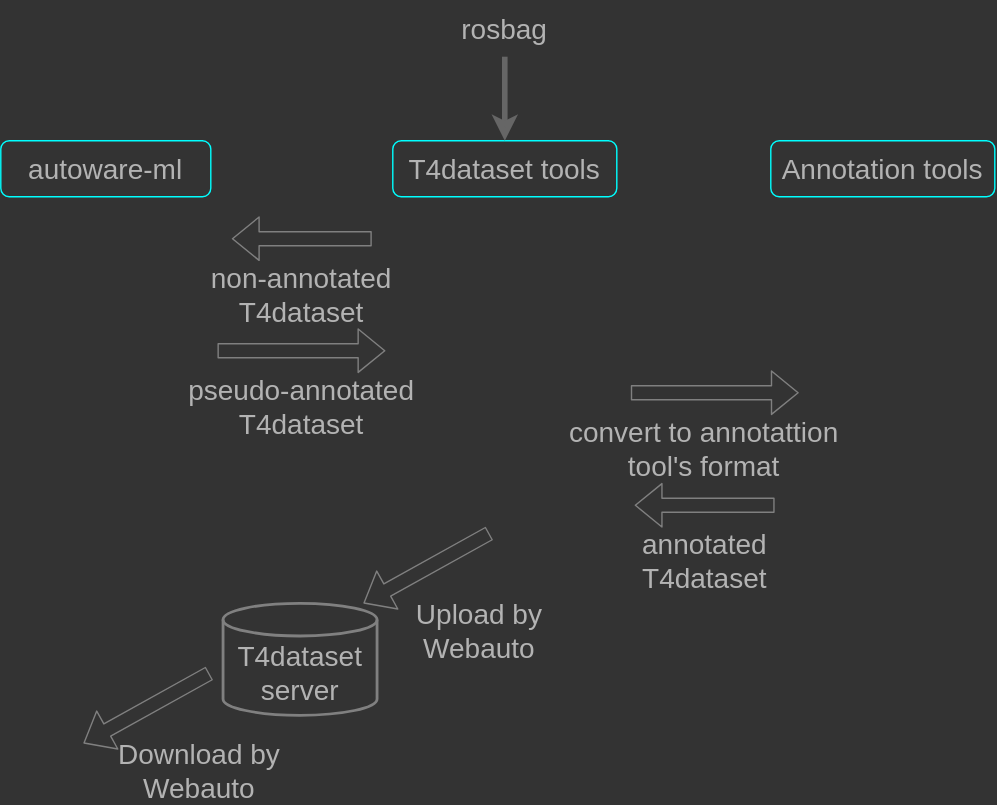
This is docs/fig/data_pipeline.drawio.svg from tier4/AWML, a draw.io export, as it was before one commit. Source tidied: cells renumbered, new cells last; positions are measured from the earlier drawing's top-left corner, leaving out a move shared by most shapes.
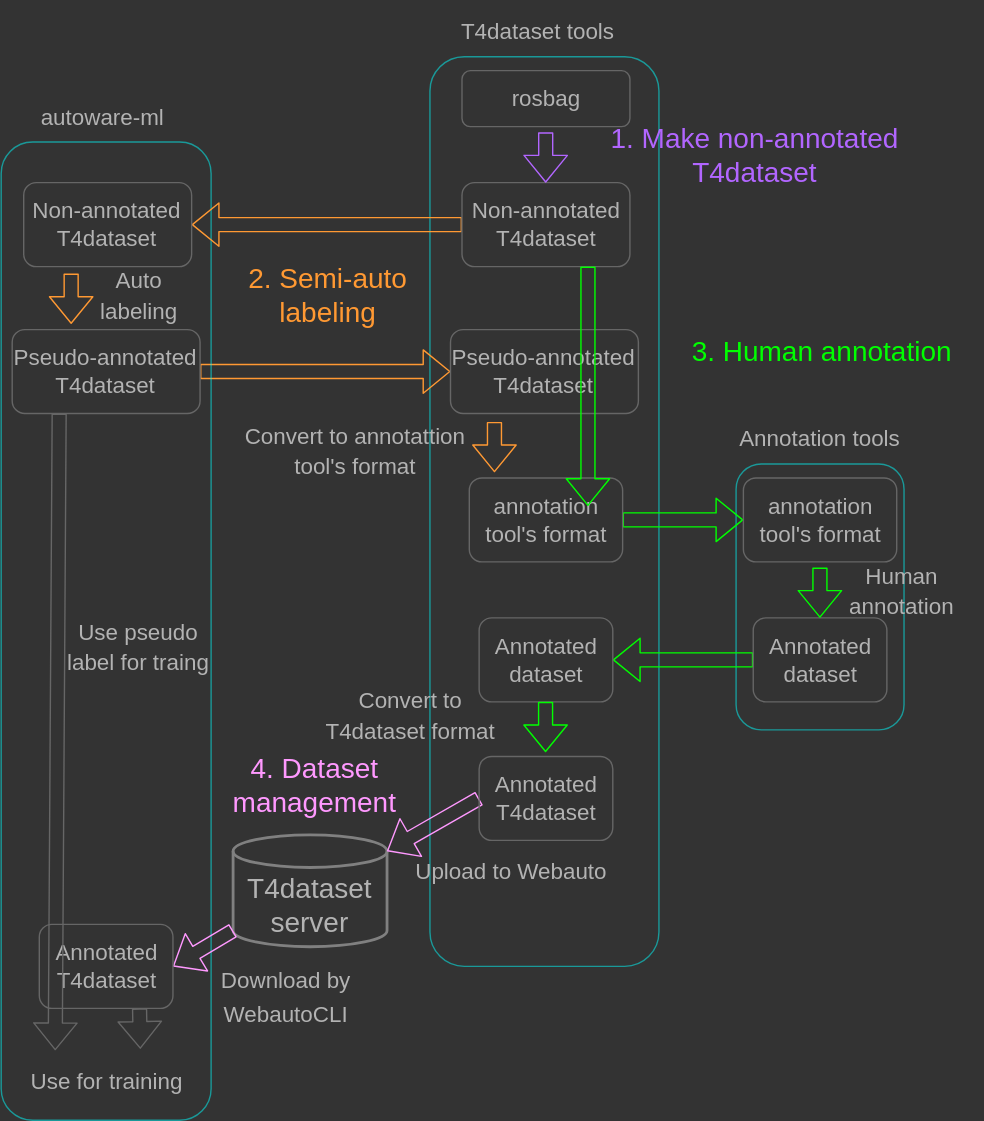
Above is the later version.

Commit message:
chore(docs): add design docs for semi-auto labeling (#210)

The edit, as a diff of the source:
```diff
@@ -2,77 +2,152 @@
   <root>
     <mxCell id="0" />
     <mxCell id="1" parent="0" />
+    <mxCell id="4" style="rounded=1;whiteSpace=wrap;html=1;strokeColor=#00FFFF;fillColor=none;fontColor=#B3B3B3;opacity=50;" parent="1" vertex="1">
+      <mxGeometry x="328.7" y="60" width="163.6" height="650" as="geometry" />
+    </mxCell>
-    <mxCell id="2" style="shape=flexArrow;endArrow=classic;html=1;fontSize=20;fontColor=#B3B3B3;strokeColor=#808080;" parent="1" edge="1">
-      <mxGeometry relative="1" as="geometry">
-        <mxPoint x="154.8" y="250" as="sourcePoint" />
-        <mxPoint x="274.8" y="250" as="targetPoint" />
-      </mxGeometry>
+    <mxCell id="2" style="shape=flexArrow;endArrow=classic;html=1;fontSize=20;fontColor=#B3B3B3;strokeColor=#FF9933;entryX=0;entryY=0.5;entryDx=0;entryDy=0;exitX=1;exitY=0.5;exitDx=0;exitDy=0;" parent="1" edge="1" source="25" target="31">
+      <mxGeometry relative="1" as="geometry" />
     </mxCell>
-    <mxCell id="3" value="&lt;font style=&quot;font-size: 20px;&quot;&gt;autoware-ml&lt;/font&gt;" style="rounded=1;whiteSpace=wrap;html=1;strokeColor=#00FFFF;fillColor=none;fontColor=#B3B3B3;" parent="1" vertex="1">
-      <mxGeometry y="100" width="150" height="40" as="geometry" />
+    <mxCell id="3" style="rounded=1;whiteSpace=wrap;html=1;strokeColor=#00FFFF;fillColor=none;fontColor=#B3B3B3;opacity=50;" parent="1" vertex="1">
+      <mxGeometry x="22.3" y="121" width="150" height="699" as="geometry" />
     </mxCell>
-    <mxCell id="4" value="&lt;font style=&quot;font-size: 20px;&quot;&gt;T4dataset tools&lt;/font&gt;" style="rounded=1;whiteSpace=wrap;html=1;strokeColor=#00FFFF;fillColor=none;fontColor=#B3B3B3;" parent="1" vertex="1">
-      <mxGeometry x="280" y="100" width="160" height="40" as="geometry" />
-    </mxCell>
-    <mxCell id="5" style="edgeStyle=none;html=1;strokeColor=#666666;strokeWidth=4;entryX=0.5;entryY=0;entryDx=0;entryDy=0;exitX=0.5;exitY=1;exitDx=0;exitDy=0;" parent="1" edge="1" source="6" target="4">
-      <mxGeometry relative="1" as="geometry" />
-    </mxCell>
-    <mxCell id="6" value="rosbag" style="text;html=1;strokeColor=none;fillColor=none;align=center;verticalAlign=middle;whiteSpace=wrap;rounded=0;fontSize=20;fontColor=#B3B3B3;" parent="1" vertex="1">
-      <mxGeometry x="297.2" width="125.5" height="40" as="geometry" />
-    </mxCell>
-    <mxCell id="7" value="non-annotated T4dataset" style="text;html=1;strokeColor=none;fillColor=none;align=center;verticalAlign=middle;whiteSpace=wrap;rounded=0;fontSize=20;fontColor=#B3B3B3;" parent="1" vertex="1">
-      <mxGeometry x="142" y="190" width="145.5" height="40" as="geometry" />
+    <mxCell id="7" value="&lt;p style=&quot;line-height: 100%;&quot;&gt;&lt;span style=&quot;font-size: 16px;&quot;&gt;Auto labeling&lt;/span&gt;&lt;/p&gt;" style="text;html=1;strokeColor=none;fillColor=none;align=center;verticalAlign=middle;whiteSpace=wrap;rounded=0;fontSize=20;fontColor=#B3B3B3;" parent="1" vertex="1">
+      <mxGeometry x="82.7" y="210" width="75.6" height="40" as="geometry" />
     </mxCell>
-    <mxCell id="8" value="pseudo-annotated T4dataset" style="text;html=1;strokeColor=none;fillColor=none;align=center;verticalAlign=middle;whiteSpace=wrap;rounded=0;fontSize=20;fontColor=#B3B3B3;" parent="1" vertex="1">
-      <mxGeometry x="125.8" y="270" width="178" height="40" as="geometry" />
-    </mxCell>
-    <mxCell id="9" value="&lt;font style=&quot;font-size: 20px;&quot;&gt;Annotation tools&lt;/font&gt;" style="rounded=1;whiteSpace=wrap;html=1;strokeColor=#00FFFF;fillColor=none;fontColor=#B3B3B3;" parent="1" vertex="1">
-      <mxGeometry x="550" y="100" width="160" height="40" as="geometry" />
+    <mxCell id="9" style="rounded=1;whiteSpace=wrap;html=1;strokeColor=#00FFFF;fillColor=none;fontColor=#B3B3B3;opacity=50;" parent="1" vertex="1">
+      <mxGeometry x="547.4" y="351" width="120" height="190" as="geometry" />
     </mxCell>
-    <mxCell id="10" style="shape=flexArrow;endArrow=classic;html=1;fontSize=20;fontColor=#B3B3B3;strokeColor=#808080;" parent="1" edge="1">
-      <mxGeometry relative="1" as="geometry">
-        <mxPoint x="265" y="170" as="sourcePoint" />
-        <mxPoint x="165" y="170" as="targetPoint" />
-      </mxGeometry>
+    <mxCell id="10" style="shape=flexArrow;endArrow=classic;html=1;fontSize=20;fontColor=#B3B3B3;strokeColor=#FF9933;exitX=0;exitY=0.5;exitDx=0;exitDy=0;entryX=1;entryY=0.5;entryDx=0;entryDy=0;" parent="1" edge="1" source="26" target="32">
+      <mxGeometry relative="1" as="geometry" />
     </mxCell>
-    <mxCell id="11" style="shape=flexArrow;endArrow=classic;html=1;fontSize=20;fontColor=#B3B3B3;strokeColor=#808080;" parent="1" edge="1">
-      <mxGeometry relative="1" as="geometry">
-        <mxPoint x="450" y="280" as="sourcePoint" />
-        <mxPoint x="570" y="280" as="targetPoint" />
-      </mxGeometry>
+    <mxCell id="11" style="shape=flexArrow;endArrow=classic;html=1;fontSize=20;fontColor=#B3B3B3;strokeColor=#00FF00;exitX=1;exitY=0.5;exitDx=0;exitDy=0;entryX=0;entryY=0.5;entryDx=0;entryDy=0;" parent="1" edge="1" source="30" target="36">
+      <mxGeometry relative="1" as="geometry" />
     </mxCell>
-    <mxCell id="12" value="convert to annotattion tool's format" style="text;html=1;strokeColor=none;fillColor=none;align=center;verticalAlign=middle;whiteSpace=wrap;rounded=0;fontSize=20;fontColor=#B3B3B3;" parent="1" vertex="1">
-      <mxGeometry x="400" y="300.4" width="205" height="40" as="geometry" />
+    <mxCell id="12" value="&lt;p style=&quot;line-height: 100%;&quot;&gt;&lt;font style=&quot;font-size: 16px;&quot;&gt;Convert to annotattion tool's format&lt;/font&gt;&lt;/p&gt;" style="text;html=1;strokeColor=none;fillColor=none;align=center;verticalAlign=middle;whiteSpace=wrap;rounded=0;fontSize=20;fontColor=#B3B3B3;" parent="1" vertex="1">
+      <mxGeometry x="188" y="321" width="174.7" height="40" as="geometry" />
     </mxCell>
-    <mxCell id="13" value="annotated T4dataset" style="text;html=1;strokeColor=none;fillColor=none;align=center;verticalAlign=middle;whiteSpace=wrap;rounded=0;fontSize=20;fontColor=#B3B3B3;" parent="1" vertex="1">
-      <mxGeometry x="429.8" y="380.4" width="145.5" height="40" as="geometry" />
-    </mxCell>
-    <mxCell id="14" style="shape=flexArrow;endArrow=classic;html=1;fontSize=20;fontColor=#B3B3B3;strokeColor=#808080;" parent="1" edge="1">
-      <mxGeometry relative="1" as="geometry">
-        <mxPoint x="552.8" y="360.4" as="sourcePoint" />
-        <mxPoint x="452.8" y="360.4" as="targetPoint" />
-      </mxGeometry>
+    <mxCell id="14" style="shape=flexArrow;endArrow=classic;html=1;fontSize=20;fontColor=#B3B3B3;strokeColor=#00FF00;exitX=0;exitY=0.5;exitDx=0;exitDy=0;entryX=1;entryY=0.5;entryDx=0;entryDy=0;" parent="1" edge="1" source="28" target="37">
+      <mxGeometry relative="1" as="geometry" />
     </mxCell>
     <mxCell id="15" value="&lt;span style=&quot;font-size: 20px;&quot;&gt;T4dataset&lt;br&gt;server&lt;br&gt;&lt;/span&gt;" style="shape=cylinder3;whiteSpace=wrap;html=1;boundedLbl=1;backgroundOutline=1;size=11.679206848144531;fontColor=#B3B3B3;fillColor=none;strokeColor=#808080;strokeWidth=2;" parent="1" vertex="1">
-      <mxGeometry x="158.8" y="430.4" width="110" height="80" as="geometry" />
+      <mxGeometry x="188" y="616" width="110" height="80" as="geometry" />
     </mxCell>
-    <mxCell id="16" value="Upload by Webauto" style="text;html=1;strokeColor=none;fillColor=none;align=center;verticalAlign=middle;whiteSpace=wrap;rounded=0;fontSize=20;fontColor=#B3B3B3;" parent="1" vertex="1">
-      <mxGeometry x="268.8" y="430.4" width="145.5" height="40" as="geometry" />
+    <mxCell id="16" value="&lt;font style=&quot;font-size: 16px;&quot;&gt;Upload to Webauto&lt;/font&gt;" style="text;html=1;strokeColor=none;fillColor=none;align=center;verticalAlign=middle;whiteSpace=wrap;rounded=0;fontSize=20;fontColor=#B3B3B3;" parent="1" vertex="1">
+      <mxGeometry x="313.8" y="620" width="145.5" height="40" as="geometry" />
     </mxCell>
-    <mxCell id="17" style="shape=flexArrow;endArrow=classic;html=1;fontSize=20;fontColor=#B3B3B3;strokeColor=#808080;" parent="1" edge="1">
-      <mxGeometry relative="1" as="geometry">
-        <mxPoint x="349" y="380.4" as="sourcePoint" />
-        <mxPoint x="259" y="430.4" as="targetPoint" />
-      </mxGeometry>
+    <mxCell id="17" style="shape=flexArrow;endArrow=classic;html=1;fontSize=20;fontColor=#B3B3B3;strokeColor=#FF99FF;entryX=1;entryY=0;entryDx=0;entryDy=11.679206848144531;entryPerimeter=0;exitX=0;exitY=0.5;exitDx=0;exitDy=0;" parent="1" edge="1" source="27" target="15">
+      <mxGeometry relative="1" as="geometry" />
     </mxCell>
-    <mxCell id="18" value="Download by Webauto" style="text;html=1;strokeColor=none;fillColor=none;align=center;verticalAlign=middle;whiteSpace=wrap;rounded=0;fontSize=20;fontColor=#B3B3B3;" parent="1" vertex="1">
-      <mxGeometry x="68.8" y="530.4" width="145.5" height="40" as="geometry" />
+    <mxCell id="18" value="&lt;font style=&quot;font-size: 16px;&quot;&gt;Download by WebautoCLI&lt;/font&gt;" style="text;html=1;strokeColor=none;fillColor=none;align=center;verticalAlign=middle;whiteSpace=wrap;rounded=0;fontSize=20;fontColor=#B3B3B3;" parent="1" vertex="1">
+      <mxGeometry x="152.5" y="710" width="145.5" height="40" as="geometry" />
     </mxCell>
-    <mxCell id="19" style="shape=flexArrow;endArrow=classic;html=1;fontSize=20;fontColor=#B3B3B3;strokeColor=#808080;" parent="1" edge="1">
-      <mxGeometry relative="1" as="geometry">
-        <mxPoint x="149" y="480.4" as="sourcePoint" />
-        <mxPoint x="59" y="530.4" as="targetPoint" />
-      </mxGeometry>
+    <mxCell id="19" style="shape=flexArrow;endArrow=classic;html=1;fontSize=20;fontColor=#B3B3B3;strokeColor=#FF99FF;exitX=0;exitY=1;exitDx=0;exitDy=-11.679206848144531;exitPerimeter=0;entryX=1;entryY=0.5;entryDx=0;entryDy=0;" parent="1" edge="1" source="15" target="42">
+      <mxGeometry relative="1" as="geometry" />
     </mxCell>
+    <mxCell id="20" value="&lt;font color=&quot;#ff9933&quot;&gt;2. Semi-auto labeling&lt;/font&gt;" style="text;html=1;strokeColor=none;fillColor=none;align=center;verticalAlign=middle;whiteSpace=wrap;rounded=0;fontSize=20;fontColor=#B3B3B3;" parent="1" vertex="1">
+      <mxGeometry x="183.2" y="210" width="145.5" height="40" as="geometry" />
+    </mxCell>
+    <mxCell id="21" value="&lt;font color=&quot;#00ff00&quot;&gt;3. Human annotation&lt;/font&gt;" style="text;html=1;strokeColor=none;fillColor=none;align=center;verticalAlign=middle;whiteSpace=wrap;rounded=0;fontSize=20;fontColor=#B3B3B3;" parent="1" vertex="1">
+      <mxGeometry x="513.5" y="250" width="190.2" height="40" as="geometry" />
+    </mxCell>
+    <mxCell id="22" value="&lt;font color=&quot;#ff99ff&quot;&gt;4. Dataset management&lt;/font&gt;" style="text;html=1;strokeColor=none;fillColor=none;align=center;verticalAlign=middle;whiteSpace=wrap;rounded=0;fontSize=20;fontColor=#B3B3B3;" parent="1" vertex="1">
+      <mxGeometry x="160" y="560" width="173.2" height="40" as="geometry" />
+    </mxCell>
+    <mxCell id="23" value="&lt;font style=&quot;font-size: 16px;&quot;&gt;autoware-ml&lt;/font&gt;" style="text;html=1;strokeColor=none;fillColor=none;align=center;verticalAlign=middle;whiteSpace=wrap;rounded=0;fontSize=20;fontColor=#B3B3B3;" parent="1" vertex="1">
+      <mxGeometry x="22.3" y="81" width="145.5" height="40" as="geometry" />
+    </mxCell>
+    <mxCell id="24" value="&lt;font style=&quot;font-size: 16px;&quot;&gt;T4dataset tools&lt;br&gt;&lt;/font&gt;" style="text;html=1;strokeColor=none;fillColor=none;align=center;verticalAlign=middle;whiteSpace=wrap;rounded=0;fontSize=20;fontColor=#B3B3B3;" parent="1" vertex="1">
+      <mxGeometry x="298" y="20" width="215.5" height="40" as="geometry" />
+    </mxCell>
+    <mxCell id="25" value="&lt;span style=&quot;color: rgb(179, 179, 179); font-size: 16px;&quot;&gt;Pseudo-annotated T4dataset&lt;/span&gt;" style="rounded=1;whiteSpace=wrap;html=1;fillColor=none;strokeColor=#666666;" parent="1" vertex="1">
+      <mxGeometry x="30.2" y="255" width="134.2" height="60" as="geometry" />
+    </mxCell>
+    <mxCell id="26" value="&lt;span style=&quot;color: rgb(179, 179, 179); font-size: 16px;&quot;&gt;Non-annotated T4dataset&lt;/span&gt;" style="rounded=1;whiteSpace=wrap;html=1;fillColor=none;strokeColor=#666666;" parent="1" vertex="1">
+      <mxGeometry x="351.6" y="150" width="120" height="60" as="geometry" />
+    </mxCell>
+    <mxCell id="27" value="&lt;span style=&quot;color: rgb(179, 179, 179); font-size: 16px;&quot;&gt;Annotated T4dataset&lt;/span&gt;" style="rounded=1;whiteSpace=wrap;html=1;fillColor=none;strokeColor=#666666;" parent="1" vertex="1">
+      <mxGeometry x="363.8" y="560" width="95.5" height="60" as="geometry" />
+    </mxCell>
+    <mxCell id="28" value="&lt;span style=&quot;color: rgb(179, 179, 179); font-size: 16px;&quot;&gt;Annotated dataset&lt;/span&gt;" style="rounded=1;whiteSpace=wrap;html=1;fillColor=none;strokeColor=#666666;" parent="1" vertex="1">
+      <mxGeometry x="559.7" y="461" width="95.5" height="60" as="geometry" />
+    </mxCell>
+    <mxCell id="29" value="&lt;font style=&quot;font-size: 16px;&quot;&gt;Annotation tools&lt;br&gt;&lt;/font&gt;" style="text;html=1;strokeColor=none;fillColor=none;align=center;verticalAlign=middle;whiteSpace=wrap;rounded=0;fontSize=20;fontColor=#B3B3B3;" parent="1" vertex="1">
+      <mxGeometry x="535.1" y="311" width="144.6" height="40" as="geometry" />
+    </mxCell>
+    <mxCell id="30" value="&lt;span style=&quot;color: rgb(179, 179, 179); font-size: 16px;&quot;&gt;annotation tool's format&amp;nbsp;&lt;/span&gt;" style="rounded=1;whiteSpace=wrap;html=1;fillColor=none;strokeColor=#666666;" parent="1" vertex="1">
+      <mxGeometry x="356.8" y="361" width="109.6" height="60" as="geometry" />
+    </mxCell>
+    <mxCell id="31" value="&lt;span style=&quot;color: rgb(179, 179, 179); font-size: 16px;&quot;&gt;Pseudo-annotated T4dataset&lt;/span&gt;" style="rounded=1;whiteSpace=wrap;html=1;fillColor=none;strokeColor=#666666;" parent="1" vertex="1">
+      <mxGeometry x="343.3" y="255" width="134.2" height="60" as="geometry" />
+    </mxCell>
+    <mxCell id="32" value="&lt;span style=&quot;color: rgb(179, 179, 179); font-size: 16px;&quot;&gt;Non-annotated T4dataset&lt;/span&gt;" style="rounded=1;whiteSpace=wrap;html=1;fillColor=none;strokeColor=#666666;" parent="1" vertex="1">
+      <mxGeometry x="38.4" y="150" width="120" height="60" as="geometry" />
+    </mxCell>
+    <mxCell id="33" style="shape=flexArrow;endArrow=classic;html=1;strokeColor=#FF9933;" parent="1" edge="1">
+      <mxGeometry relative="1" as="geometry">
+        <mxPoint x="72.3" y="215" as="sourcePoint" />
+        <mxPoint x="72.3" y="251" as="targetPoint" />
+      </mxGeometry>
+    </mxCell>
+    <mxCell id="34" style="shape=flexArrow;endArrow=classic;html=1;strokeColor=#FF9933;" parent="1" edge="1">
+      <mxGeometry relative="1" as="geometry">
+        <mxPoint x="374.8" y="321" as="sourcePoint" />
+        <mxPoint x="374.8" y="357" as="targetPoint" />
+      </mxGeometry>
+    </mxCell>
+    <mxCell id="35" style="shape=flexArrow;endArrow=classic;html=1;strokeColor=#00FF00;exitX=0.75;exitY=1;exitDx=0;exitDy=0;entryX=0.69;entryY=0.494;entryDx=0;entryDy=0;entryPerimeter=0;" parent="1" edge="1" source="26" target="4">
+      <mxGeometry relative="1" as="geometry" />
+    </mxCell>
+    <mxCell id="36" value="&lt;span style=&quot;color: rgb(179, 179, 179); font-size: 16px;&quot;&gt;annotation tool's format&amp;nbsp;&lt;/span&gt;" style="rounded=1;whiteSpace=wrap;html=1;fillColor=none;strokeColor=#666666;" parent="1" vertex="1">
+      <mxGeometry x="552.6" y="361" width="109.6" height="60" as="geometry" />
+    </mxCell>
+    <mxCell id="37" value="&lt;span style=&quot;color: rgb(179, 179, 179); font-size: 16px;&quot;&gt;Annotated dataset&lt;/span&gt;" style="rounded=1;whiteSpace=wrap;html=1;fillColor=none;strokeColor=#666666;" parent="1" vertex="1">
+      <mxGeometry x="363.8" y="461" width="95.5" height="60" as="geometry" />
+    </mxCell>
+    <mxCell id="38" style="shape=flexArrow;endArrow=classic;html=1;strokeColor=#00FF00;" parent="1" edge="1">
+      <mxGeometry relative="1" as="geometry">
+        <mxPoint x="607.3" y="425" as="sourcePoint" />
+        <mxPoint x="607.3" y="461" as="targetPoint" />
+      </mxGeometry>
+    </mxCell>
+    <mxCell id="39" value="&lt;p style=&quot;line-height: 100%;&quot;&gt;&lt;font style=&quot;font-size: 16px;&quot;&gt;Human annotation&lt;/font&gt;&lt;/p&gt;" style="text;html=1;strokeColor=none;fillColor=none;align=center;verticalAlign=middle;whiteSpace=wrap;rounded=0;fontSize=20;fontColor=#B3B3B3;" parent="1" vertex="1">
+      <mxGeometry x="608" y="421" width="115.7" height="40" as="geometry" />
+    </mxCell>
+    <mxCell id="40" style="shape=flexArrow;endArrow=classic;html=1;strokeColor=#00FF00;" parent="1" edge="1">
+      <mxGeometry relative="1" as="geometry">
+        <mxPoint x="411.3" y="521" as="sourcePoint" />
+        <mxPoint x="411.3" y="557" as="targetPoint" />
+      </mxGeometry>
+    </mxCell>
+    <mxCell id="41" value="&lt;p style=&quot;line-height: 100%;&quot;&gt;&lt;font style=&quot;font-size: 16px;&quot;&gt;Convert to T4dataset format&lt;/font&gt;&lt;/p&gt;" style="text;html=1;strokeColor=none;fillColor=none;align=center;verticalAlign=middle;whiteSpace=wrap;rounded=0;fontSize=20;fontColor=#B3B3B3;" parent="1" vertex="1">
+      <mxGeometry x="241" y="510" width="147.7" height="40" as="geometry" />
+    </mxCell>
+    <mxCell id="42" value="&lt;span style=&quot;color: rgb(179, 179, 179); font-size: 16px;&quot;&gt;Annotated T4dataset&lt;/span&gt;" style="rounded=1;whiteSpace=wrap;html=1;fillColor=none;strokeColor=#666666;" parent="1" vertex="1">
+      <mxGeometry x="49.5" y="680" width="95.5" height="60" as="geometry" />
+    </mxCell>
+    <mxCell id="43" style="shape=flexArrow;endArrow=classic;html=1;strokeColor=#666666;exitX=0.75;exitY=1;exitDx=0;exitDy=0;entryX=0.668;entryY=-0.026;entryDx=0;entryDy=0;entryPerimeter=0;" parent="1" edge="1" source="42" target="44">
+      <mxGeometry relative="1" as="geometry" />
+    </mxCell>
+    <mxCell id="44" value="&lt;font style=&quot;font-size: 16px;&quot;&gt;Use for training&lt;/font&gt;" style="text;html=1;strokeColor=none;fillColor=none;align=center;verticalAlign=middle;whiteSpace=wrap;rounded=0;fontSize=20;fontColor=#B3B3B3;" parent="1" vertex="1">
+      <mxGeometry x="24.5" y="770" width="145.5" height="40" as="geometry" />
+    </mxCell>
+    <mxCell id="6" value="&lt;span style=&quot;color: rgb(179, 179, 179); font-size: 16px;&quot;&gt;rosbag&lt;/span&gt;" style="rounded=1;whiteSpace=wrap;html=1;fillColor=none;strokeColor=#666666;" parent="1" vertex="1">
+      <mxGeometry x="351.6" y="70" width="120" height="40" as="geometry" />
+    </mxCell>
+    <mxCell id="45" style="shape=flexArrow;endArrow=classic;html=1;strokeColor=#B266FF;" parent="1" edge="1">
+      <mxGeometry relative="1" as="geometry">
+        <mxPoint x="411.4" y="114" as="sourcePoint" />
+        <mxPoint x="411.4" y="150" as="targetPoint" />
+      </mxGeometry>
+    </mxCell>
+    <mxCell id="46" value="&lt;font color=&quot;#b266ff&quot;&gt;1. Make non-annotated T4dataset&lt;/font&gt;" style="text;html=1;strokeColor=none;fillColor=none;align=center;verticalAlign=middle;whiteSpace=wrap;rounded=0;fontSize=20;fontColor=#B3B3B3;" parent="1" vertex="1">
+      <mxGeometry x="454.9" y="110" width="212.5" height="40" as="geometry" />
+    </mxCell>
+    <mxCell id="47" style="shape=flexArrow;endArrow=classic;html=1;strokeColor=#666666;entryX=0.25;entryY=0;entryDx=0;entryDy=0;exitX=0.25;exitY=1;exitDx=0;exitDy=0;" parent="1" edge="1" source="25" target="44">
+      <mxGeometry relative="1" as="geometry" />
+    </mxCell>
+    <mxCell id="48" value="&lt;p style=&quot;line-height: 100%;&quot;&gt;&lt;span style=&quot;font-size: 16px;&quot;&gt;Use pseudo label for traing&lt;/span&gt;&lt;/p&gt;" style="text;html=1;strokeColor=none;fillColor=none;align=center;verticalAlign=middle;whiteSpace=wrap;rounded=0;fontSize=20;fontColor=#B3B3B3;" parent="1" vertex="1">
+      <mxGeometry x="64" y="461" width="113.1" height="40" as="geometry" />
+    </mxCell>
   </root>
 </mxGraphModel>
```
